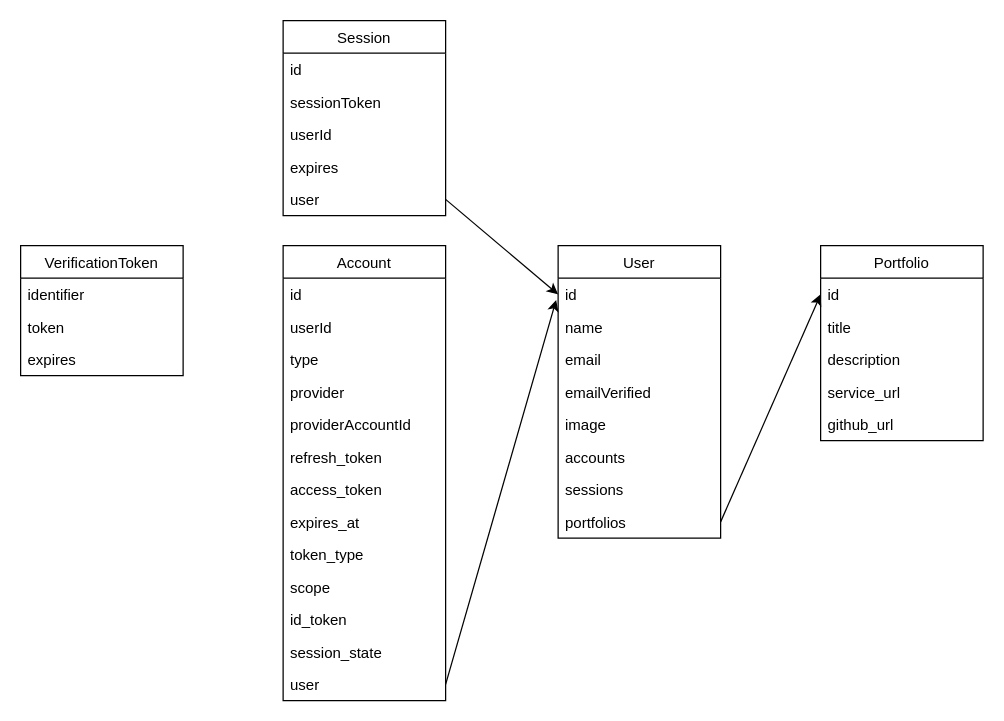
yukimaru5447/portfolio_app keeps this draw.io diagram as design/ER.drawio. Above is the earlier version. Source tidied: cells renumbered, new cells numbered last; positions are measured from the earlier drawing's top-left corner, leaving out a move shared by most shapes. Both pictures are drawn from the tidied source at 125%, with x=0, y=0 at pixel (20, 20).
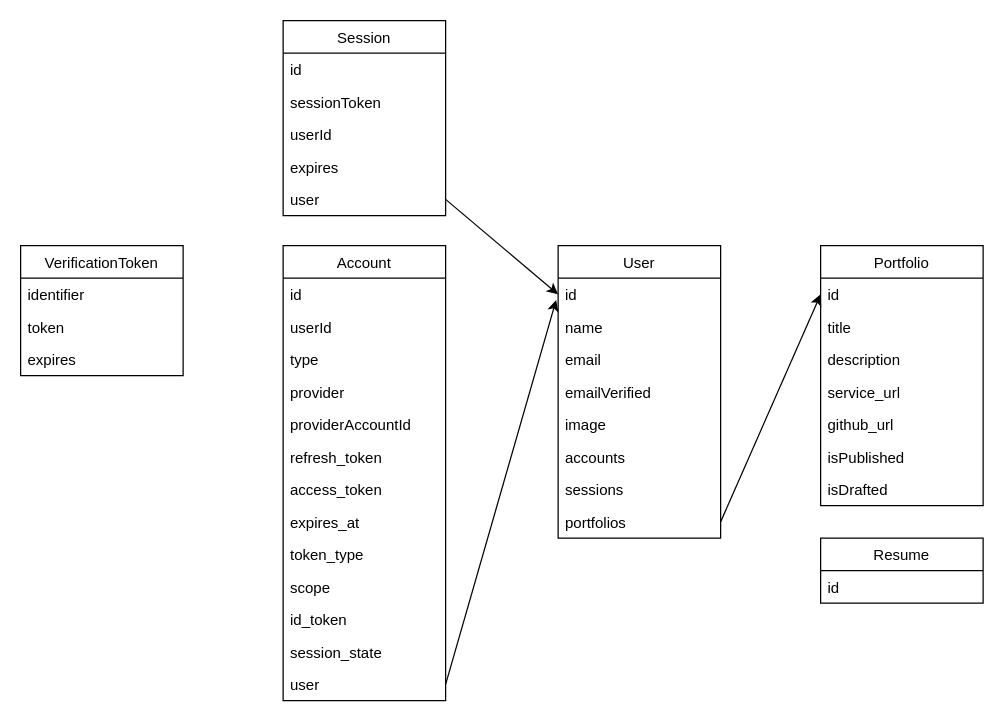
Above is the later version.

Change to the diagram source:
```diff
@@
     <mxCell id="11" value="Portfolio" style="swimlane;fontStyle=0;horizontal=1;startSize=26;fillColor=none;" parent="1" vertex="1">
-      <mxGeometry x="640" y="180" width="130" height="156" as="geometry" />
+      <mxGeometry x="640" y="180" width="130" height="208" as="geometry" />
     </mxCell>
@@
+    <mxCell id="44" value="isPublished" style="text;strokeColor=none;fillColor=none;align=left;verticalAlign=top;spacingLeft=4;spacingRight=4;overflow=hidden;" parent="11" vertex="1">
+      <mxGeometry y="156" width="130" height="26" as="geometry" />
+    </mxCell>
+    <mxCell id="45" value="isDrafted" style="text;strokeColor=none;fillColor=none;align=left;verticalAlign=top;spacingLeft=4;spacingRight=4;overflow=hidden;" parent="11" vertex="1">
+      <mxGeometry y="182" width="130" height="26" as="geometry" />
+    </mxCell>
@@
+    <mxCell id="46" value="Resume" style="swimlane;fontStyle=0;horizontal=1;startSize=26;fillColor=none;" parent="1" vertex="1">
+      <mxGeometry x="640" y="414" width="130" height="52" as="geometry" />
+    </mxCell>
+    <mxCell id="47" value="id" style="text;strokeColor=none;fillColor=none;align=left;verticalAlign=top;spacingLeft=4;spacingRight=4;overflow=hidden;" parent="46" vertex="1">
+      <mxGeometry y="26" width="130" height="26" as="geometry" />
+    </mxCell>
```
